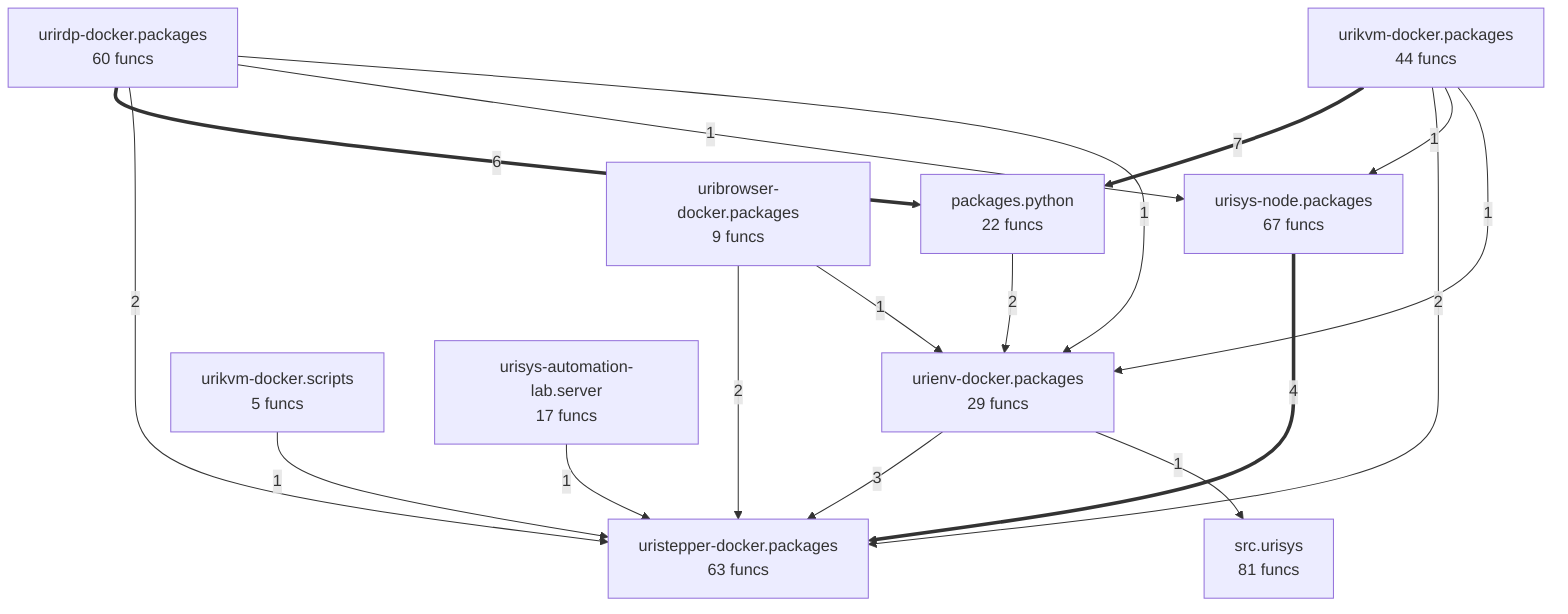
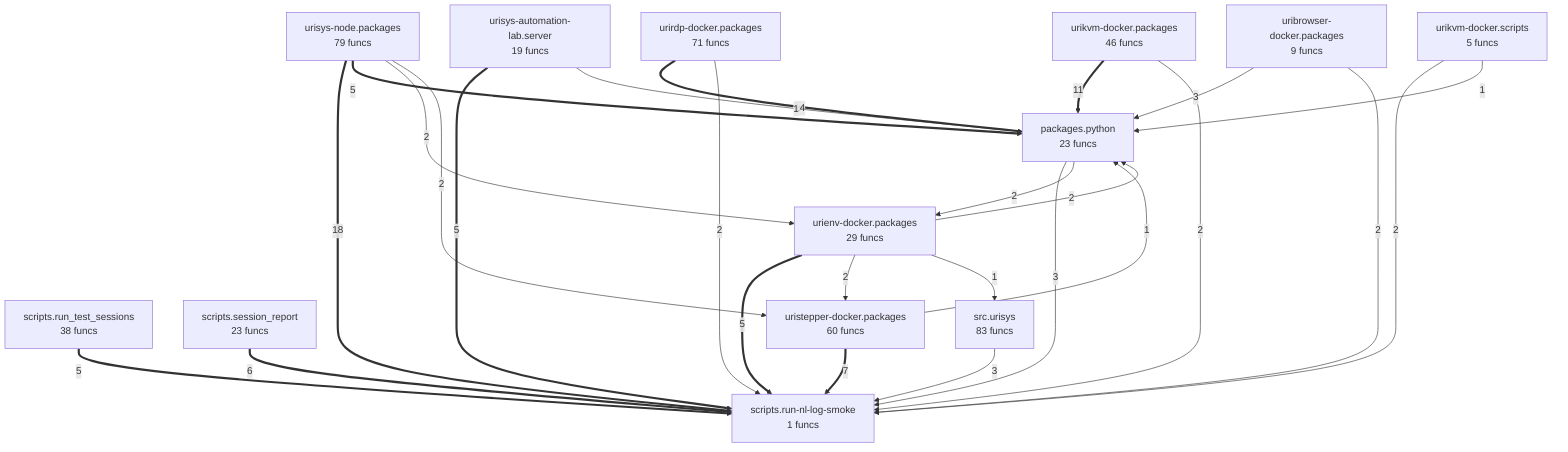
flowchart TD
- %% generated in 0.01s
-     packages__python["packages.python<br/>22 funcs"]
-     src__urisys["src.urisys<br/>81 funcs"]
+ %% generated in 0.02s
+     packages__python["packages.python<br/>23 funcs"]
+     scripts__run_nl_log_smoke["scripts.run-nl-log-smoke<br/>1 funcs"]
+     scripts__run_test_sessions["scripts.run_test_sessions<br/>38 funcs"]
+     scripts__session_report["scripts.session_report<br/>23 funcs"]
+     src__urisys["src.urisys<br/>83 funcs"]
    uribrowser_docker__packages["uribrowser-docker.packages<br/>9 funcs"]
    urienv_docker__packages["urienv-docker.packages<br/>29 funcs"]
-     urikvm_docker__packages["urikvm-docker.packages<br/>44 funcs"]
+     urikvm_docker__packages["urikvm-docker.packages<br/>46 funcs"]
    urikvm_docker__scripts["urikvm-docker.scripts<br/>5 funcs"]
-     urirdp_docker__packages["urirdp-docker.packages<br/>60 funcs"]
-     uristepper_docker__packages["uristepper-docker.packages<br/>63 funcs"]
-     urisys_automation_lab__server["urisys-automation-lab.server<br/>17 funcs"]
-     urisys_node__packages["urisys-node.packages<br/>67 funcs"]
-     urikvm_docker__packages ==>|7| packages__python
-     urirdp_docker__packages ==>|6| packages__python
-     urisys_node__packages ==>|4| uristepper_docker__packages
-     urienv_docker__packages -->|3| uristepper_docker__packages
-     urirdp_docker__packages -->|2| uristepper_docker__packages
-     uribrowser_docker__packages -->|2| uristepper_docker__packages
-     urikvm_docker__packages -->|2| uristepper_docker__packages
+     urirdp_docker__packages["urirdp-docker.packages<br/>71 funcs"]
+     uristepper_docker__packages["uristepper-docker.packages<br/>60 funcs"]
+     urisys_automation_lab__server["urisys-automation-lab.server<br/>19 funcs"]
+     urisys_node__packages["urisys-node.packages<br/>79 funcs"]
+     urisys_node__packages ==>|18| scripts__run_nl_log_smoke
+     urirdp_docker__packages ==>|14| packages__python
+     urikvm_docker__packages ==>|11| packages__python
+     uristepper_docker__packages ==>|7| scripts__run_nl_log_smoke
+     scripts__session_report ==>|6| scripts__run_nl_log_smoke
+     scripts__run_test_sessions ==>|5| scripts__run_nl_log_smoke
+     urisys_automation_lab__server ==>|5| scripts__run_nl_log_smoke
+     urienv_docker__packages ==>|5| scripts__run_nl_log_smoke
+     urisys_node__packages ==>|5| packages__python
+     packages__python -->|3| scripts__run_nl_log_smoke
+     src__urisys -->|3| scripts__run_nl_log_smoke
+     uribrowser_docker__packages -->|3| packages__python
    packages__python -->|2| urienv_docker__packages
-     urirdp_docker__packages -->|1| urisys_node__packages
-     urirdp_docker__packages -->|1| urienv_docker__packages
-     uribrowser_docker__packages -->|1| urienv_docker__packages
-     urikvm_docker__packages -->|1| urisys_node__packages
-     urikvm_docker__packages -->|1| urienv_docker__packages
-     urikvm_docker__scripts -->|1| uristepper_docker__packages
+     urirdp_docker__packages -->|2| scripts__run_nl_log_smoke
+     uribrowser_docker__packages -->|2| scripts__run_nl_log_smoke
+     urikvm_docker__packages -->|2| scripts__run_nl_log_smoke
+     urikvm_docker__scripts -->|2| scripts__run_nl_log_smoke
+     urienv_docker__packages -->|2| uristepper_docker__packages
+     urienv_docker__packages -->|2| packages__python
+     urisys_node__packages -->|2| urienv_docker__packages
+     urisys_node__packages -->|2| uristepper_docker__packages
+     uristepper_docker__packages -->|1| packages__python
+     urikvm_docker__scripts -->|1| packages__python
+     urisys_automation_lab__server -->|1| packages__python
    urienv_docker__packages -->|1| src__urisys
-     urisys_automation_lab__server -->|1| uristepper_docker__packages
